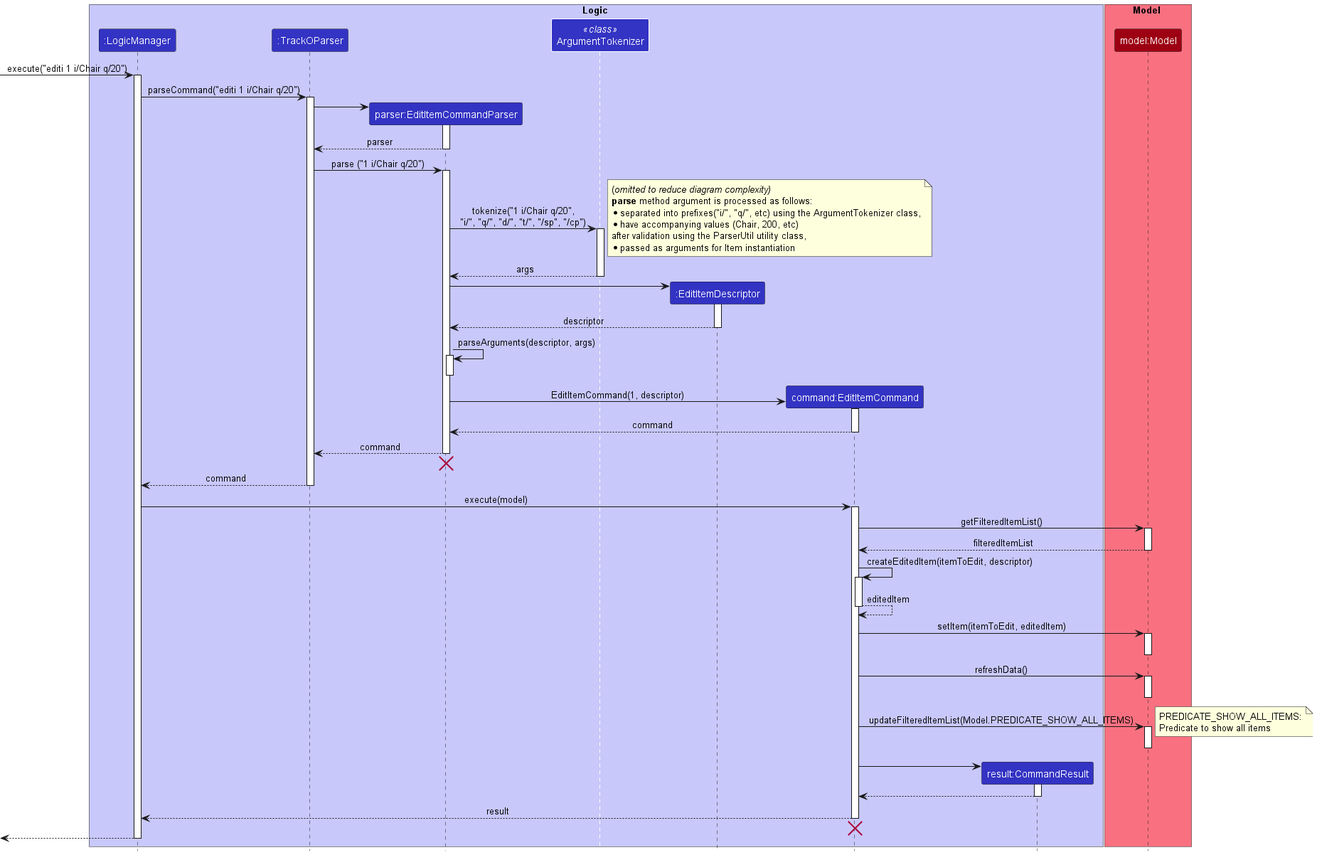
Earlier version of the PlantUML export docs/images/developer-guide/EditItemSequenceDiagram.png (nus-cs2103-AY2223S1/tp).
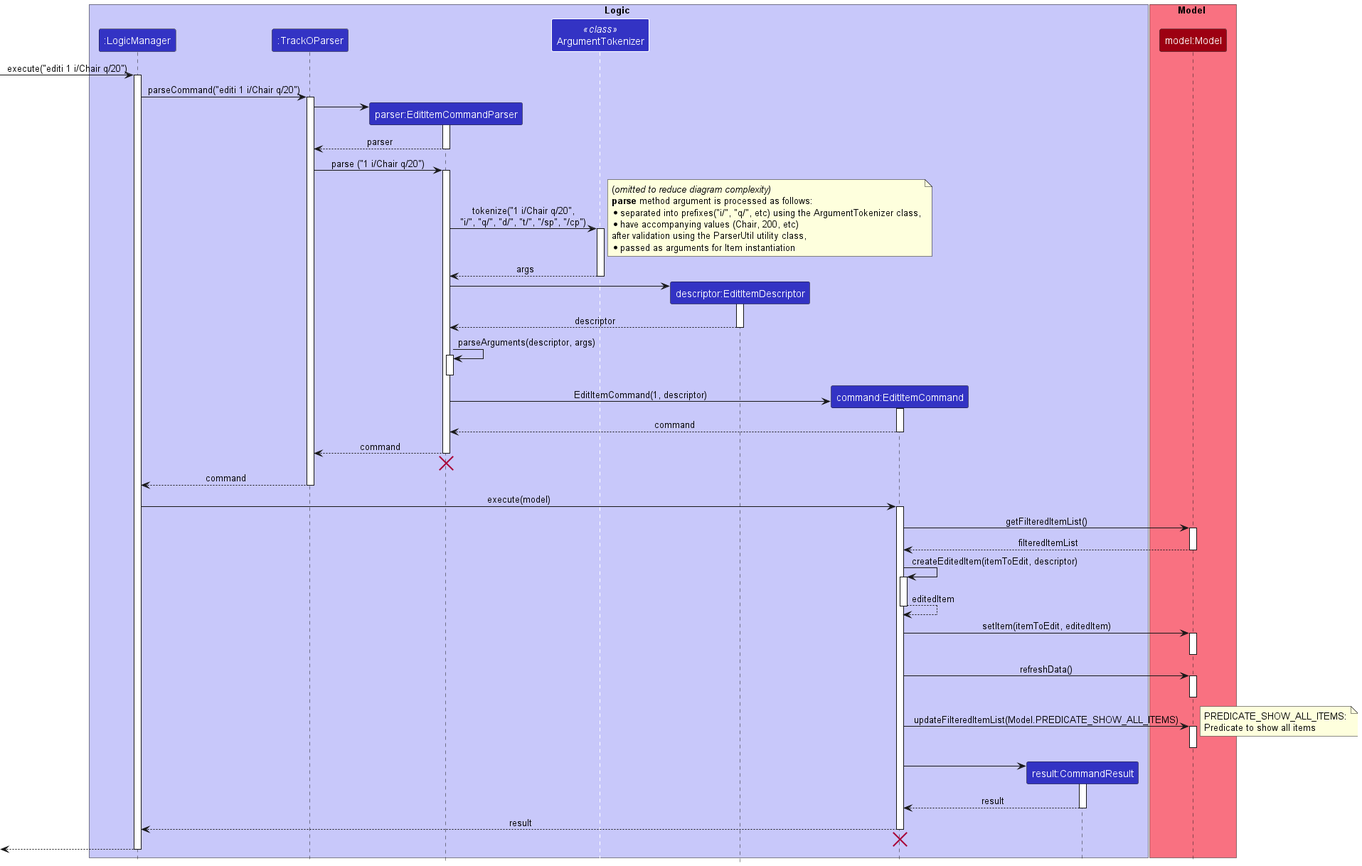
The same diagram one commit later.

Change to the diagram source:
```diff
@@ -6,7 +6,7 @@
 participant ":TrackOParser" as TrackOParser LOGIC_COLOR
 participant "parser:EditItemCommandParser" as EditItemCommandParser LOGIC_COLOR
 participant "ArgumentTokenizer" as ArgumentTokenizer<<class>> LOGIC_COLOR
-participant ":EditItemDescriptor" as EditItemDescriptor LOGIC_COLOR
+participant "descriptor:EditItemDescriptor" as EditItemDescriptor LOGIC_COLOR
 participant "command:EditItemCommand" as EditItemCommand LOGIC_COLOR
 participant "result:CommandResult" as CommandResult LOGIC_COLOR
 end box
@@ -98,7 +98,7 @@
 EditItemCommand -> CommandResult
 activate CommandResult
 
-CommandResult --> EditItemCommand
+CommandResult --> EditItemCommand : result
 deactivate CommandResult
 
 EditItemCommand --> LogicManager : result
```
